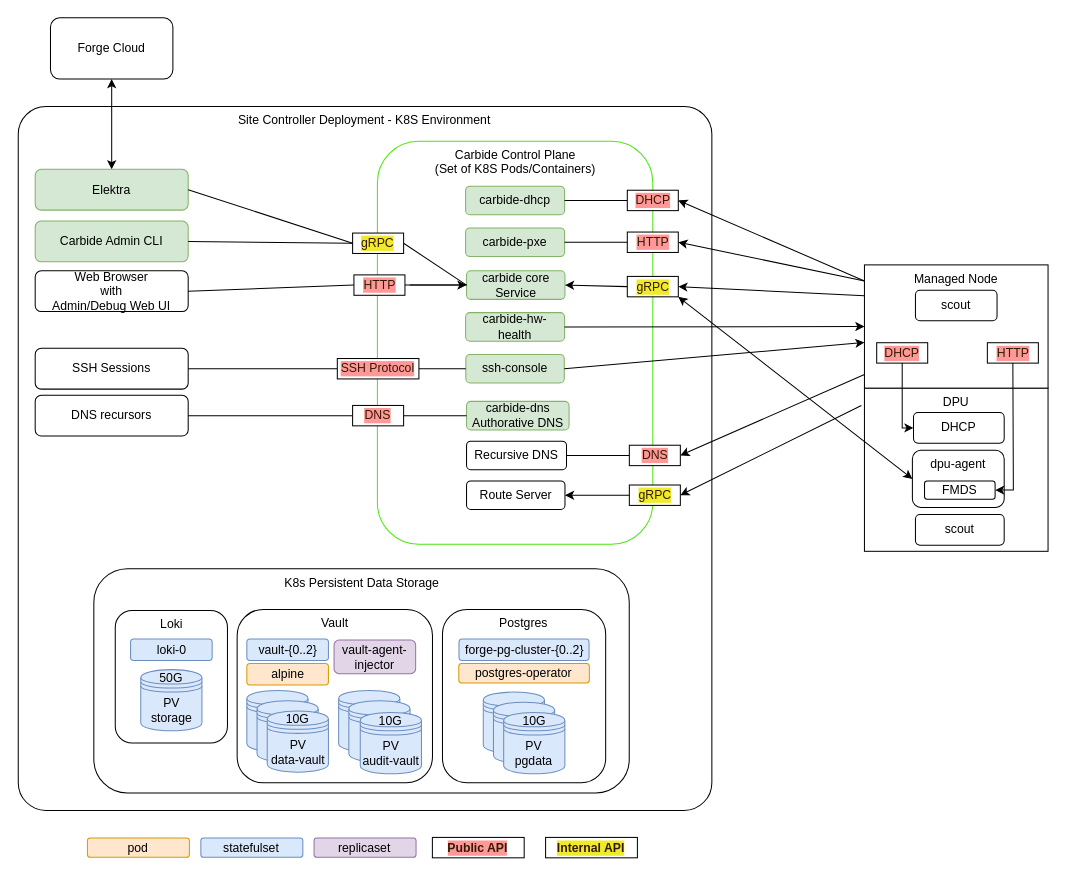
The draw.io diagram page "Overview" (1 of 2) of book/src/static/site-controller.drawio in NVIDIA/bare-metal-manager-core, before the edit. Source tidied: cells renumbered, new cells numbered last; positions are measured from the earlier drawing's top-left corner, leaving out a move shared by most shapes. Both pictures are drawn from the tidied source at 102%, with x=0, y=0 at pixel (17, 17).
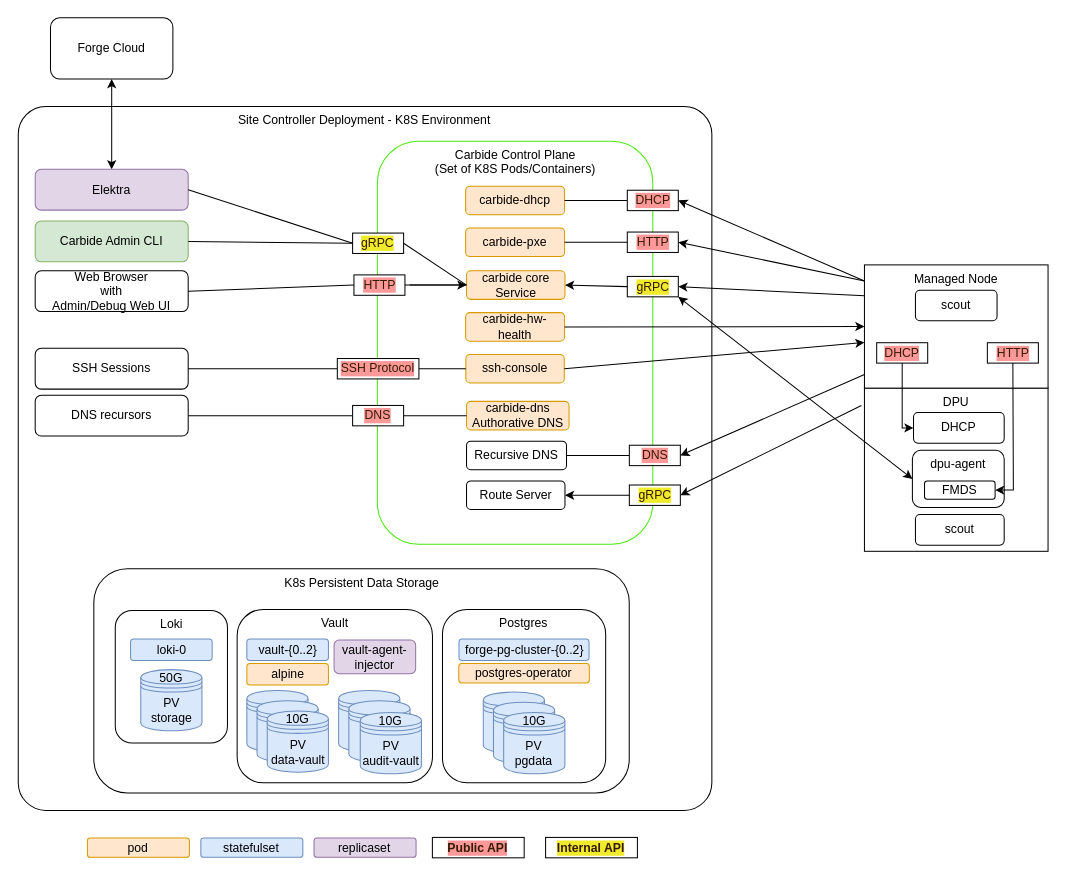
Above is the later version.

Commit message (it also covers changes not shown here):
docs: More architecture details

The edit, as a diff of the source:
```diff
@@
-    <mxCell id="8" value="Elektra" style="rounded=1;whiteSpace=wrap;html=1;verticalAlign=middle;fillColor=#d5e8d4;strokeColor=#82b366;" parent="1" vertex="1">
+    <mxCell id="8" value="Elektra" style="rounded=1;whiteSpace=wrap;html=1;verticalAlign=middle;fillColor=#e1d5e7;strokeColor=#9673a6;" parent="1" vertex="1">
       <mxGeometry x="17" y="148.5" width="150" height="40" as="geometry" />
     </mxCell>
@@
-    <mxCell id="18" value="carbide-dhcp" style="rounded=1;whiteSpace=wrap;html=1;fillColor=#d5e8d4;strokeColor=#82b366;" parent="1" vertex="1">
+    <mxCell id="18" value="carbide-dhcp" style="rounded=1;whiteSpace=wrap;html=1;fillColor=#ffe6cc;strokeColor=#d79b00;" parent="1" vertex="1">
       <mxGeometry x="439" y="165" width="97" height="28" as="geometry" />
     </mxCell>
-    <mxCell id="19" value="carbide-pxe" style="rounded=1;whiteSpace=wrap;html=1;fillColor=#d5e8d4;strokeColor=#82b366;" parent="1" vertex="1">
+    <mxCell id="19" value="carbide-pxe" style="rounded=1;whiteSpace=wrap;html=1;fillColor=#ffe6cc;strokeColor=#d79b00;" parent="1" vertex="1">
       <mxGeometry x="439" y="206" width="97" height="28" as="geometry" />
     </mxCell>
-    <mxCell id="20" value="carbide-hw-health" style="rounded=1;whiteSpace=wrap;html=1;fillColor=#d5e8d4;strokeColor=#82b366;" parent="1" vertex="1">
+    <mxCell id="20" value="carbide-hw-health" style="rounded=1;whiteSpace=wrap;html=1;fillColor=#ffe6cc;strokeColor=#d79b00;" parent="1" vertex="1">
       <mxGeometry x="439" y="289" width="97" height="28" as="geometry" />
     </mxCell>
-    <mxCell id="21" value="ssh-console" style="rounded=1;whiteSpace=wrap;html=1;fillColor=#d5e8d4;strokeColor=#82b366;" parent="1" vertex="1">
+    <mxCell id="21" value="ssh-console" style="rounded=1;whiteSpace=wrap;html=1;fillColor=#ffe6cc;strokeColor=#d79b00;" parent="1" vertex="1">
       <mxGeometry x="439.2" y="330" width="96.5" height="28" as="geometry" />
     </mxCell>
@@
-    <mxCell id="24" value="carbide core Service" style="rounded=1;whiteSpace=wrap;html=1;fillColor=#d5e8d4;strokeColor=#82b366;" parent="1" vertex="1">
+    <mxCell id="24" value="carbide core Service" style="rounded=1;whiteSpace=wrap;html=1;fillColor=#ffe6cc;strokeColor=#d79b00;" parent="1" vertex="1">
       <mxGeometry x="439.9" y="248" width="96.5" height="28" as="geometry" />
     </mxCell>
@@
-    <mxCell id="37" value="carbide-dns&lt;br&gt;Authorative DNS" style="rounded=1;whiteSpace=wrap;html=1;fillColor=#d5e8d4;strokeColor=#82b366;" parent="1" vertex="1">
+    <mxCell id="37" value="carbide-dns&lt;br&gt;Authorative DNS" style="rounded=1;whiteSpace=wrap;html=1;fillColor=#ffe6cc;strokeColor=#d79b00;" parent="1" vertex="1">
       <mxGeometry x="439.9" y="376" width="100.5" height="28" as="geometry" />
     </mxCell>
```
